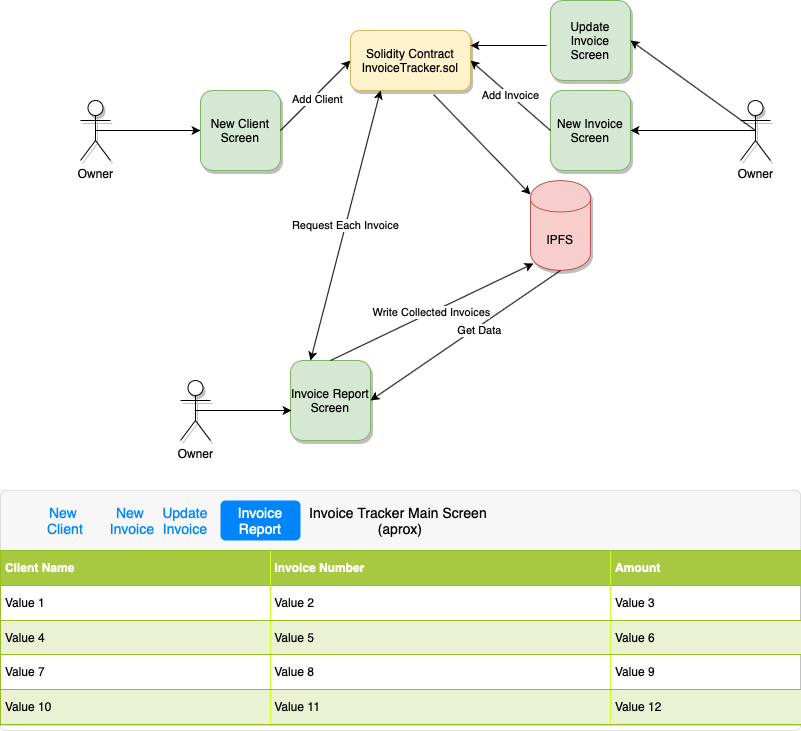
Above: documentation/InvoiceTrackerDiagram.png in denismp/APDF-invoice-tracker-dapp (draw.io), before the change. Source tidied: cells renumbered, new cells last; positions are measured from the earlier drawing's top-left corner, leaving out a move shared by most shapes.
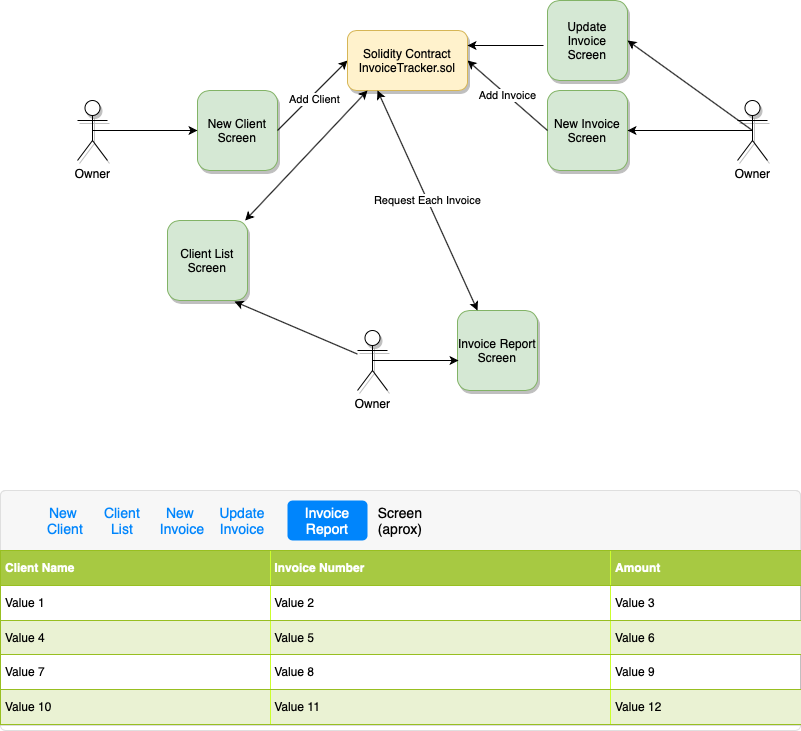
The same diagram one commit later.

What changed in the source:
```diff
@@ -2,9 +2,6 @@
   <root>
     <mxCell id="0" />
     <mxCell id="1" parent="0" />
-    <mxCell id="2" value="IPFS" style="shape=cylinder;whiteSpace=wrap;html=1;boundedLbl=1;backgroundOutline=1;shadow=1;fillColor=#f8cecc;strokeColor=#b85450;" parent="1" vertex="1">
-      <mxGeometry x="530" y="180" width="60" height="90" as="geometry" />
-    </mxCell>
     <mxCell id="3" value="New Client Screen" style="whiteSpace=wrap;html=1;rounded=1;fillColor=#d5e8d4;strokeColor=#82b366;glass=0;shadow=1;comic=0;" parent="1" vertex="1">
       <mxGeometry x="200" y="90" width="80" height="80" as="geometry" />
     </mxCell>
@@ -12,7 +9,7 @@
       <mxGeometry x="550" y="90" width="80" height="80" as="geometry" />
     </mxCell>
     <mxCell id="5" value="Invoice Report Screen" style="whiteSpace=wrap;html=1;rounded=1;shadow=1;glass=0;comic=0;fillColor=#d5e8d4;strokeColor=#82b366;" parent="1" vertex="1">
-      <mxGeometry x="290" y="360" width="80" height="80" as="geometry" />
+      <mxGeometry x="460" y="310" width="80" height="80" as="geometry" />
     </mxCell>
     <mxCell id="6" style="edgeStyle=orthogonalEdgeStyle;rounded=0;jettySize=auto;html=1;exitX=0.5;exitY=0.5;exitDx=0;exitDy=0;exitPerimeter=0;entryX=0;entryY=0.5;entryDx=0;entryDy=0;" parent="1" edge="1" source="7" target="3">
       <mxGeometry relative="1" as="geometry" />
@@ -30,7 +27,7 @@
       <mxGeometry relative="1" as="geometry" />
     </mxCell>
     <mxCell id="11" value="Owner&lt;br&gt;" style="shape=umlActor;verticalLabelPosition=bottom;labelBackgroundColor=#ffffff;verticalAlign=top;html=1;outlineConnect=0;rounded=1;shadow=1;glass=0;comic=0;" parent="1" vertex="1">
-      <mxGeometry x="180" y="380" width="30" height="60" as="geometry" />
+      <mxGeometry x="360" y="330" width="30" height="60" as="geometry" />
     </mxCell>
     <mxCell id="12" style="endArrow=classic;html=1;entryX=0;entryY=0.5;entryDx=0;entryDy=0;exitX=1;exitY=0.5;exitDx=0;exitDy=0;" parent="1" edge="1" source="3" target="23">
       <mxGeometry relative="1" as="geometry" />
@@ -44,19 +41,19 @@
       <mxGeometry relative="1" as="geometry" />
     </mxCell>
     <mxCell id="15" style="html=1;shadow=0;dashed=0;shape=mxgraph.bootstrap.rrect;rSize=5;strokeColor=#DFDFDF;html=1;whiteSpace=wrap;fillColor=#FFFFFF;fontColor=#000000;rounded=1;glass=0;comic=0;" parent="1" vertex="1">
-      <mxGeometry y="490" width="800" height="240" as="geometry" />
+      <mxGeometry x="3" y="490" width="800" height="240" as="geometry" />
     </mxCell>
-    <mxCell id="16" value="Invoice Tracker Main Screen &lt;br&gt;(aprox)" style="html=1;shadow=0;dashed=0;shape=mxgraph.bootstrap.topButton;strokeColor=inherit;fillColor=#F7F7F7;rSize=5;perimeter=none;whiteSpace=wrap;align=center;spacing=20;fontSize=14;" parent="15" vertex="1">
+    <mxCell id="16" value="&amp;nbsp;Screen &lt;br&gt;(aprox)" style="html=1;shadow=0;dashed=0;shape=mxgraph.bootstrap.topButton;strokeColor=inherit;fillColor=#F7F7F7;rSize=5;perimeter=none;whiteSpace=wrap;align=center;spacing=20;fontSize=14;" parent="15" vertex="1">
       <mxGeometry width="800" height="60" relative="1" as="geometry" />
     </mxCell>
     <mxCell id="17" value="Invoice Report" style="html=1;shadow=0;dashed=0;shape=mxgraph.bootstrap.rrect;arcSize=5;strokeColor=none;fillColor=#0085FC;rSize=5;perimeter=none;whiteSpace=wrap;align=center;spacing=20;fontSize=14;fontColor=#ffffff;" parent="15" vertex="1">
       <mxGeometry width="80" height="40" relative="1" as="geometry">
-        <mxPoint x="220" y="10" as="offset" />
+        <mxPoint x="287" y="10" as="offset" />
       </mxGeometry>
     </mxCell>
     <mxCell id="18" value="New &#10;Invoice" style="strokeColor=none;fillColor=none;rSize=5;perimeter=none;whiteSpace=wrap;align=center;spacing=20;fontSize=14;fontColor=#0085FC;" parent="15" vertex="1">
       <mxGeometry width="50" height="40" relative="1" as="geometry">
-        <mxPoint x="107" y="10" as="offset" />
+        <mxPoint x="157" y="10" as="offset" />
       </mxGeometry>
     </mxCell>
     <mxCell id="19" value="&lt;span style=&quot;font-size: 20px&quot;&gt;&lt;b&gt;This is the content area.&lt;/b&gt;&lt;/span&gt;" style="perimeter=none;html=1;whiteSpace=wrap;fillColor=none;strokeColor=none;verticalAlign=top;align=center;spacing=20;spacingTop=-10;fontSize=14;fontColor=#212529;" parent="15" vertex="1">
@@ -69,7 +66,7 @@
     </mxCell>
     <mxCell id="21" value="Update&#10;Invoice" style="strokeColor=none;fillColor=none;rSize=5;perimeter=none;whiteSpace=wrap;align=center;spacing=20;fontSize=14;fontColor=#0085FC;" parent="15" vertex="1">
       <mxGeometry width="50" height="40" relative="1" as="geometry">
-        <mxPoint x="160" y="10" as="offset" />
+        <mxPoint x="217" y="10" as="offset" />
       </mxGeometry>
     </mxCell>
     <mxCell id="22" value="New &#10;Client" style="strokeColor=none;fillColor=none;rSize=5;perimeter=none;whiteSpace=wrap;align=center;spacing=20;fontSize=14;fontColor=#0085FC;" parent="15" vertex="1">
@@ -77,24 +74,17 @@
         <mxPoint x="40" y="10" as="offset" />
       </mxGeometry>
     </mxCell>
+    <mxCell id="32" value="Client List" style="strokeColor=none;fillColor=none;rSize=5;perimeter=none;whiteSpace=wrap;align=center;spacing=20;fontSize=14;fontColor=#0085FC;" parent="15" vertex="1">
+      <mxGeometry width="50" height="40" relative="1" as="geometry">
+        <mxPoint x="97" y="10" as="offset" />
+      </mxGeometry>
+    </mxCell>
     <mxCell id="23" value="Solidity Contract&lt;br&gt;InvoiceTracker.sol" style="rounded=1;whiteSpace=wrap;html=1;shadow=1;glass=0;comic=0;fillColor=#fff2cc;strokeColor=#d6b656;" parent="1" vertex="1">
       <mxGeometry x="350" y="30" width="120" height="60" as="geometry" />
     </mxCell>
-    <mxCell id="24" style="endArrow=classic;html=1;exitX=0.692;exitY=1.067;exitDx=0;exitDy=0;exitPerimeter=0;" parent="1" edge="1" source="23" target="2">
-      <mxGeometry relative="1" as="geometry" />
-    </mxCell>
-    <mxCell id="25" style="endArrow=classic;html=1;exitX=0.5;exitY=1;exitDx=0;exitDy=0;entryX=1;entryY=0.5;entryDx=0;entryDy=0;" parent="1" edge="1" source="2" target="5">
-      <mxGeometry relative="1" as="geometry" />
-    </mxCell>
-    <mxCell id="26" value="Get Data" style="edgeLabel;html=1;align=center;verticalAlign=middle;" parent="25" vertex="1">
-      <mxGeometry x="-0.13" y="3" relative="1" as="geometry" />
-    </mxCell>
     <mxCell id="27" value="Request Each Invoice" style="endArrow=classic;startArrow=classic;html=1;entryX=0.25;entryY=1;entryDx=0;entryDy=0;exitX=0.25;exitY=0;exitDx=0;exitDy=0;" parent="1" edge="1" source="5" target="23">
       <mxGeometry relative="1" as="geometry" />
     </mxCell>
-    <mxCell id="28" value="Write Collected Invoices" style="endArrow=classic;html=1;entryX=0.05;entryY=0.922;entryDx=0;entryDy=0;entryPerimeter=0;exitX=0.5;exitY=0;exitDx=0;exitDy=0;" parent="1" edge="1" source="5" target="2">
-      <mxGeometry relative="1" as="geometry" />
-    </mxCell>
     <mxCell id="29" value="Update Invoice Screen" style="whiteSpace=wrap;html=1;rounded=1;fillColor=#d5e8d4;strokeColor=#82b366;shadow=1;" parent="1" vertex="1">
       <mxGeometry x="550" width="80" height="80" as="geometry" />
     </mxCell>
@@ -106,5 +96,16 @@
     <mxCell id="31" style="endArrow=classic;html=1;exitX=0.5;exitY=0.5;exitDx=0;exitDy=0;exitPerimeter=0;entryX=1;entryY=0.5;entryDx=0;entryDy=0;" parent="1" edge="1" source="9" target="29">
       <mxGeometry relative="1" as="geometry" />
     </mxCell>
+    <mxCell id="33" value="Client List Screen" style="whiteSpace=wrap;html=1;rounded=1;fillColor=#d5e8d4;strokeColor=#82b366;glass=0;shadow=1;comic=0;" parent="1" vertex="1">
+      <mxGeometry x="170" y="220" width="80" height="80" as="geometry" />
+    </mxCell>
+    <mxCell id="34" style="endArrow=classic;startArrow=classic;html=1;" parent="1" edge="1" source="33">
+      <mxGeometry relative="1" as="geometry">
+        <mxPoint x="370" y="90" as="targetPoint" />
+      </mxGeometry>
+    </mxCell>
+    <mxCell id="35" style="endArrow=classic;html=1;entryX=0.838;entryY=1.013;entryDx=0;entryDy=0;entryPerimeter=0;" parent="1" edge="1" source="11" target="33">
+      <mxGeometry relative="1" as="geometry" />
+    </mxCell>
   </root>
 </mxGraphModel>
```
